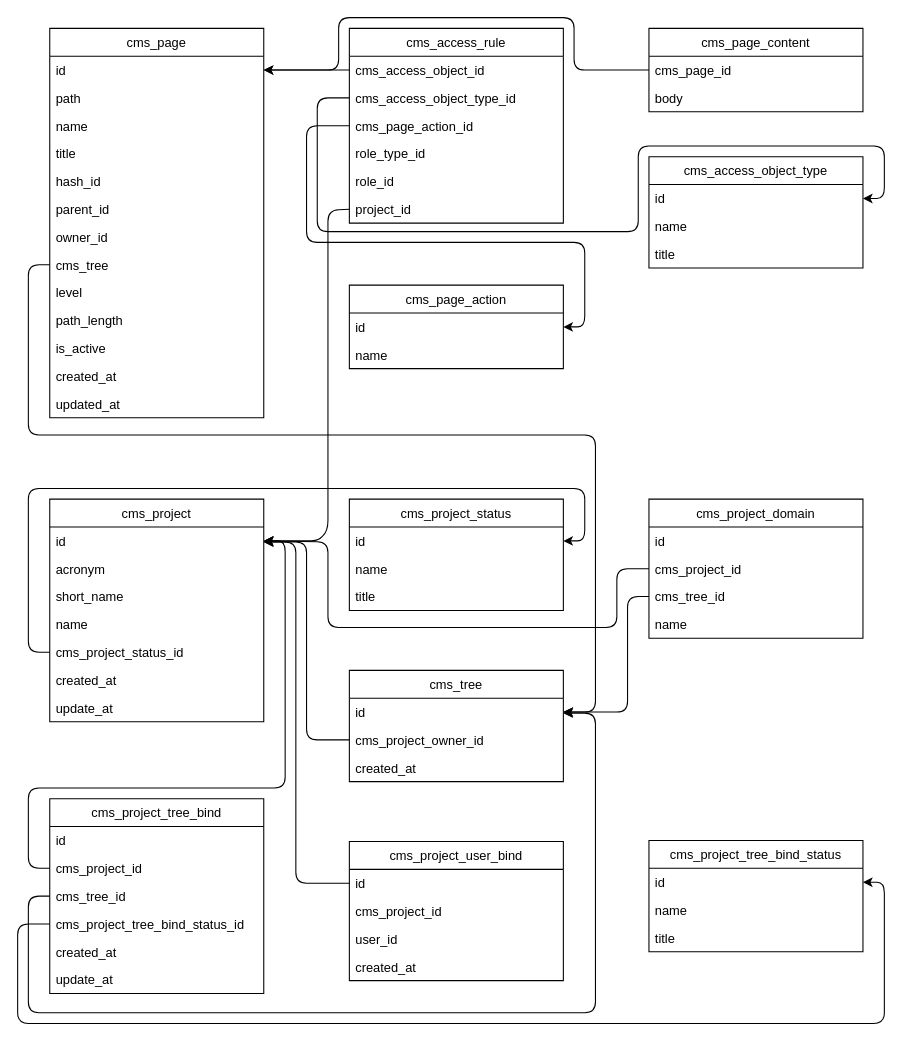
snu1743/yii2-flcms keeps this draw.io diagram as Untitled Diagram.drawio. Above is the earlier version. Source tidied: cells renumbered, new cells numbered last; positions are measured from the earlier drawing's top-left corner, leaving out a move shared by most shapes. Both pictures are drawn from the tidied source at 107%, with x=0, y=0 at pixel (17, 17).
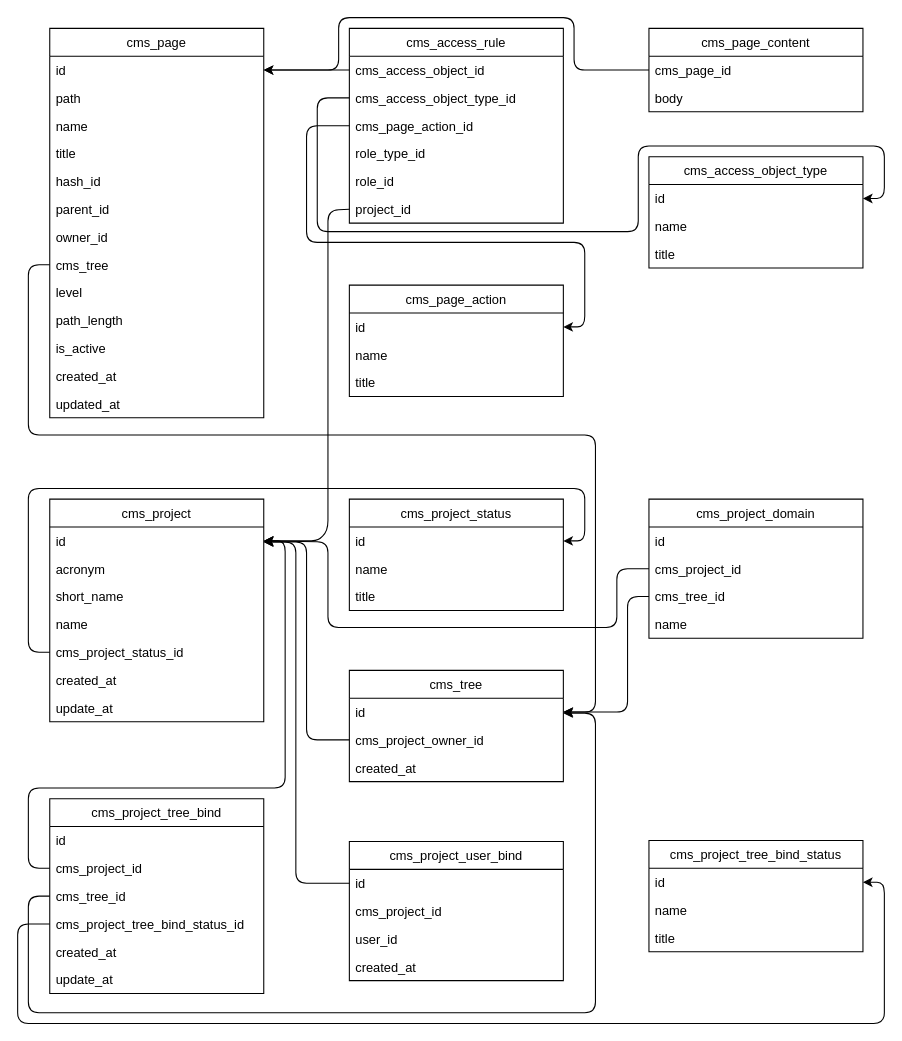
The same diagram, later.

Diff of the diagram source:
```diff
@@
     <mxCell id="24" value="cms_page_action" style="swimlane;fontStyle=0;horizontal=1;startSize=26;" parent="1" vertex="1">
-      <mxGeometry x="310" y="250" width="200" height="78" as="geometry" />
+      <mxGeometry x="310" y="250" width="200" height="104" as="geometry" />
     </mxCell>
@@
+    <mxCell id="84" value="title" style="text;strokeColor=none;fillColor=none;align=left;verticalAlign=top;spacingLeft=4;spacingRight=4;overflow=hidden;" parent="24" vertex="1">
+      <mxGeometry y="78" width="200" height="26" as="geometry" />
+    </mxCell>
```
